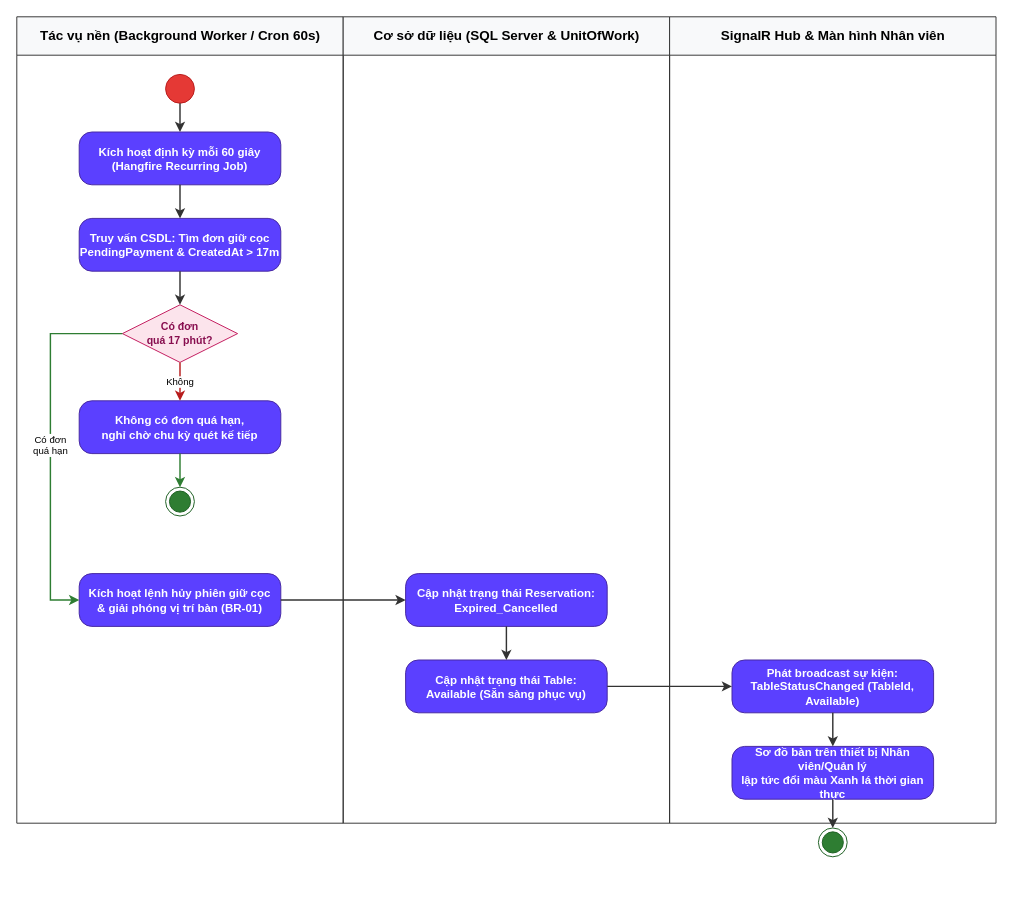
Above: docs/phase1/drawio/ad10_auto_release_timeout.drawio in AndrewQng/VinDining (draw.io), before the change. Source tidied: cells renumbered, new cells numbered last; positions are measured from the earlier drawing's top-left corner, leaving out a move shared by most shapes. Both pictures are drawn from the tidied source at 96%, with x=0, y=0 at pixel (16, 16).
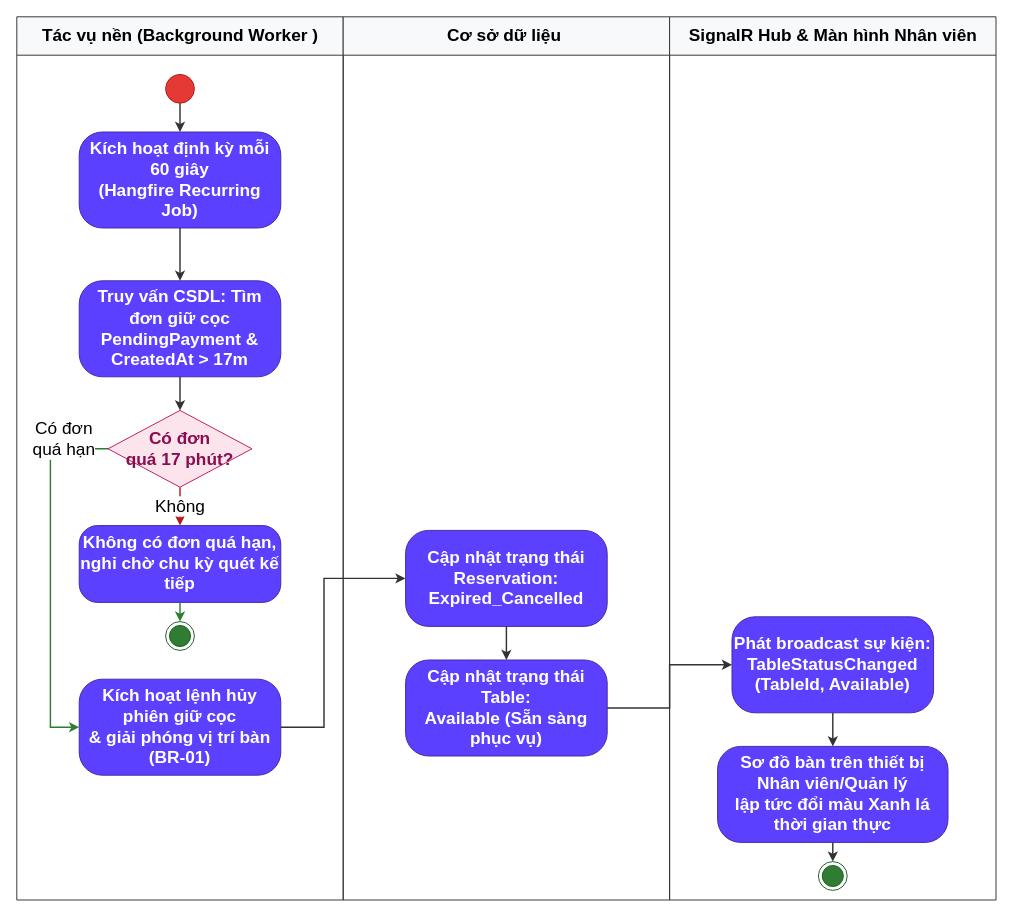
After the change.

The edit, as a diff of the source:
```diff
@@
-    <mxCell id="2" value="Tác vụ nền (Background Worker / Cron 60s)" style="swimlane;html=1;startSize=40;horizontal=1;fontStyle=1;fontSize=14;align=center;verticalAlign=middle;fillColor=#f8f9fa;strokeColor=#333333;swimlaneLine=1;" parent="1" vertex="1">
-      <mxGeometry width="340" height="840" as="geometry" />
+    <mxCell id="2" value="Tác vụ nền (Background Worker )" style="swimlane;html=1;startSize=40;horizontal=1;fontStyle=1;fontSize=18;align=center;verticalAlign=middle;fillColor=#f8f9fa;strokeColor=#333333;swimlaneLine=1;" parent="1" vertex="1">
+      <mxGeometry width="340" height="920" as="geometry" />
     </mxCell>
-    <mxCell id="3" style="ellipse;whiteSpace=wrap;html=1;fillColor=#e53935;strokeColor=#b71c1c;" parent="2" vertex="1">
+    <mxCell id="3" style="ellipse;whiteSpace=wrap;html=1;fillColor=#e53935;strokeColor=#b71c1c;fontSize=18;" parent="2" vertex="1">
       <mxGeometry x="155" y="60" width="30" height="30" as="geometry" />
     </mxCell>
-    <mxCell id="4" value="Kích hoạt định kỳ mỗi 60 giây&#10;(Hangfire Recurring Job)" style="rounded=1;arcSize=24;whiteSpace=wrap;html=1;fillColor=#5b40ff;strokeColor=#4527a0;fontColor=#ffffff;fontStyle=1;fontSize=12;align=center;verticalAlign=middle;" parent="2" vertex="1">
-      <mxGeometry x="65" y="120" width="210" height="55" as="geometry" />
+    <mxCell id="4" value="Kích hoạt định kỳ mỗi 60 giây&#10;(Hangfire Recurring Job)" style="rounded=1;arcSize=24;whiteSpace=wrap;html=1;fillColor=#5b40ff;strokeColor=#4527a0;fontColor=#ffffff;fontStyle=1;fontSize=18;align=center;verticalAlign=middle;" parent="2" vertex="1">
+      <mxGeometry x="65" y="120" width="210" height="100" as="geometry" />
     </mxCell>
-    <mxCell id="5" value="Truy vấn CSDL: Tìm đơn giữ cọc&#10;PendingPayment &amp; CreatedAt &gt; 17m" style="rounded=1;arcSize=24;whiteSpace=wrap;html=1;fillColor=#5b40ff;strokeColor=#4527a0;fontColor=#ffffff;fontStyle=1;fontSize=12;align=center;verticalAlign=middle;" parent="2" vertex="1">
-      <mxGeometry x="65" y="210" width="210" height="55" as="geometry" />
+    <mxCell id="5" value="Truy vấn CSDL: Tìm đơn giữ cọc&#10;PendingPayment &amp;amp; CreatedAt &amp;gt; 17m" style="rounded=1;arcSize=24;whiteSpace=wrap;html=1;fillColor=#5b40ff;strokeColor=#4527a0;fontColor=#ffffff;fontStyle=1;fontSize=18;align=center;verticalAlign=middle;" parent="2" vertex="1">
+      <mxGeometry x="65" y="275" width="210" height="100" as="geometry" />
     </mxCell>
-    <mxCell id="6" value="Có đơn&#10;quá 17 phút?" style="rhombus;whiteSpace=wrap;html=1;fillColor=#fce4ec;strokeColor=#c2185b;fontColor=#880e4f;fontStyle=1;fontSize=11;align=center;verticalAlign=middle;" parent="2" vertex="1">
-      <mxGeometry x="110" y="300" width="120" height="60" as="geometry" />
+    <mxCell id="6" value="Có đơn&#10;quá 17 phút?" style="rhombus;whiteSpace=wrap;html=1;fillColor=#fce4ec;strokeColor=#c2185b;fontColor=#880e4f;fontStyle=1;fontSize=18;align=center;verticalAlign=middle;" parent="2" vertex="1">
+      <mxGeometry x="95" y="410" width="150" height="80" as="geometry" />
     </mxCell>
-    <mxCell id="7" value="Không có đơn quá hạn,&#10;nghỉ chờ chu kỳ quét kế tiếp" style="rounded=1;arcSize=24;whiteSpace=wrap;html=1;fillColor=#5b40ff;strokeColor=#4527a0;fontColor=#ffffff;fontStyle=1;fontSize=12;align=center;verticalAlign=middle;" parent="2" vertex="1">
-      <mxGeometry x="65" y="400" width="210" height="55" as="geometry" />
+    <mxCell id="7" value="Không có đơn quá hạn,&#10;nghỉ chờ chu kỳ quét kế tiếp" style="rounded=1;arcSize=24;whiteSpace=wrap;html=1;fillColor=#5b40ff;strokeColor=#4527a0;fontColor=#ffffff;fontStyle=1;fontSize=18;align=center;verticalAlign=middle;" parent="2" vertex="1">
+      <mxGeometry x="65" y="530" width="210" height="80" as="geometry" />
     </mxCell>
-    <mxCell id="8" style="ellipse;html=1;shape=endState;fillColor=#2e7d32;strokeColor=#1b5e20;" parent="2" vertex="1">
-      <mxGeometry x="155" y="490" width="30" height="30" as="geometry" />
+    <mxCell id="8" style="ellipse;html=1;shape=endState;fillColor=#2e7d32;strokeColor=#1b5e20;fontSize=18;" parent="2" vertex="1">
+      <mxGeometry x="155" y="630" width="30" height="30" as="geometry" />
     </mxCell>
-    <mxCell id="9" value="Kích hoạt lệnh hủy phiên giữ cọc&#10;&amp; giải phóng vị trí bàn (BR-01)" style="rounded=1;arcSize=24;whiteSpace=wrap;html=1;fillColor=#5b40ff;strokeColor=#4527a0;fontColor=#ffffff;fontStyle=1;fontSize=12;align=center;verticalAlign=middle;" parent="2" vertex="1">
-      <mxGeometry x="65" y="580" width="210" height="55" as="geometry" />
+    <mxCell id="9" value="Kích hoạt lệnh hủy phiên giữ cọc&#10;&amp;amp; giải phóng vị trí bàn (BR-01)" style="rounded=1;arcSize=24;whiteSpace=wrap;html=1;fillColor=#5b40ff;strokeColor=#4527a0;fontColor=#ffffff;fontStyle=1;fontSize=18;align=center;verticalAlign=middle;" parent="2" vertex="1">
+      <mxGeometry x="65" y="690" width="210" height="100" as="geometry" />
     </mxCell>
-    <mxCell id="10" value="Cơ sở dữ liệu (SQL Server &amp; UnitOfWork)" style="swimlane;html=1;startSize=40;horizontal=1;fontStyle=1;fontSize=14;align=center;verticalAlign=middle;fillColor=#f8f9fa;strokeColor=#333333;swimlaneLine=1;" parent="1" vertex="1">
-      <mxGeometry x="340" width="340" height="840" as="geometry" />
+    <mxCell id="10" value="Cơ sở dữ liệu&amp;nbsp;" style="swimlane;html=1;startSize=40;horizontal=1;fontStyle=1;fontSize=18;align=center;verticalAlign=middle;fillColor=#f8f9fa;strokeColor=#333333;swimlaneLine=1;" parent="1" vertex="1">
+      <mxGeometry x="340" width="340" height="920" as="geometry" />
     </mxCell>
-    <mxCell id="11" value="Cập nhật trạng thái Reservation:&#10;Expired_Cancelled" style="rounded=1;arcSize=24;whiteSpace=wrap;html=1;fillColor=#5b40ff;strokeColor=#4527a0;fontColor=#ffffff;fontStyle=1;fontSize=12;align=center;verticalAlign=middle;" parent="10" vertex="1">
-      <mxGeometry x="65" y="580" width="210" height="55" as="geometry" />
+    <mxCell id="11" value="Cập nhật trạng thái Reservation:&#10;Expired_Cancelled" style="rounded=1;arcSize=24;whiteSpace=wrap;html=1;fillColor=#5b40ff;strokeColor=#4527a0;fontColor=#ffffff;fontStyle=1;fontSize=18;align=center;verticalAlign=middle;" parent="10" vertex="1">
+      <mxGeometry x="65" y="535" width="210" height="100" as="geometry" />
     </mxCell>
-    <mxCell id="12" value="Cập nhật trạng thái Table:&#10;Available (Sẵn sàng phục vụ)" style="rounded=1;arcSize=24;whiteSpace=wrap;html=1;fillColor=#5b40ff;strokeColor=#4527a0;fontColor=#ffffff;fontStyle=1;fontSize=12;align=center;verticalAlign=middle;" parent="10" vertex="1">
-      <mxGeometry x="65" y="670" width="210" height="55" as="geometry" />
+    <mxCell id="12" value="Cập nhật trạng thái Table:&#10;Available (Sẵn sàng phục vụ)" style="rounded=1;arcSize=24;whiteSpace=wrap;html=1;fillColor=#5b40ff;strokeColor=#4527a0;fontColor=#ffffff;fontStyle=1;fontSize=18;align=center;verticalAlign=middle;" parent="10" vertex="1">
+      <mxGeometry x="65" y="670" width="210" height="100" as="geometry" />
     </mxCell>
-    <mxCell id="13" value="SignalR Hub &amp; Màn hình Nhân viên" style="swimlane;html=1;startSize=40;horizontal=1;fontStyle=1;fontSize=14;align=center;verticalAlign=middle;fillColor=#f8f9fa;strokeColor=#333333;swimlaneLine=1;" parent="1" vertex="1">
-      <mxGeometry x="680" width="340" height="840" as="geometry" />
+    <mxCell id="13" value="SignalR Hub &amp;amp; Màn hình Nhân viên" style="swimlane;html=1;startSize=40;horizontal=1;fontStyle=1;fontSize=18;align=center;verticalAlign=middle;fillColor=#f8f9fa;strokeColor=#333333;swimlaneLine=1;" parent="1" vertex="1">
+      <mxGeometry x="680" width="340" height="920" as="geometry" />
     </mxCell>
-    <mxCell id="14" value="Phát broadcast sự kiện:&#10;TableStatusChanged (TableId, Available)" style="rounded=1;arcSize=24;whiteSpace=wrap;html=1;fillColor=#5b40ff;strokeColor=#4527a0;fontColor=#ffffff;fontStyle=1;fontSize=12;align=center;verticalAlign=middle;" parent="13" vertex="1">
-      <mxGeometry x="65" y="670" width="210" height="55" as="geometry" />
+    <mxCell id="14" value="Phát broadcast sự kiện:&#10;TableStatusChanged (TableId, Available)" style="rounded=1;arcSize=24;whiteSpace=wrap;html=1;fillColor=#5b40ff;strokeColor=#4527a0;fontColor=#ffffff;fontStyle=1;fontSize=18;align=center;verticalAlign=middle;" parent="13" vertex="1">
+      <mxGeometry x="65" y="625" width="210" height="100" as="geometry" />
     </mxCell>
-    <mxCell id="15" value="Sơ đồ bàn trên thiết bị Nhân viên/Quản lý&#10;lập tức đổi màu Xanh lá thời gian thực" style="rounded=1;arcSize=24;whiteSpace=wrap;html=1;fillColor=#5b40ff;strokeColor=#4527a0;fontColor=#ffffff;fontStyle=1;fontSize=12;align=center;verticalAlign=middle;" parent="13" vertex="1">
-      <mxGeometry x="65" y="760" width="210" height="55" as="geometry" />
+    <mxCell id="15" value="Sơ đồ bàn trên thiết bị Nhân viên/Quản lý&#10;lập tức đổi màu Xanh lá thời gian thực" style="rounded=1;arcSize=24;whiteSpace=wrap;html=1;fillColor=#5b40ff;strokeColor=#4527a0;fontColor=#ffffff;fontStyle=1;fontSize=18;align=center;verticalAlign=middle;" parent="13" vertex="1">
+      <mxGeometry x="50" y="760" width="240" height="100" as="geometry" />
     </mxCell>
-    <mxCell id="16" style="ellipse;html=1;shape=endState;fillColor=#2e7d32;strokeColor=#1b5e20;" parent="13" vertex="1">
-      <mxGeometry x="155" y="845" width="30" height="30" as="geometry" />
-    </mxCell>
-    <mxCell id="17" style="edgeStyle=orthogonalEdgeStyle;rounded=0;strokeColor=#333333;strokeWidth=1.5;html=1;" parent="1" edge="1" source="3" target="4">
+    <mxCell id="17" style="edgeStyle=orthogonalEdgeStyle;rounded=0;strokeColor=#333333;strokeWidth=1.5;html=1;fontSize=18;" parent="1" edge="1" source="3" target="4">
       <mxGeometry relative="1" as="geometry" />
     </mxCell>
-    <mxCell id="18" style="edgeStyle=orthogonalEdgeStyle;rounded=0;strokeColor=#333333;strokeWidth=1.5;html=1;" parent="1" edge="1" source="4" target="5">
+    <mxCell id="18" style="edgeStyle=orthogonalEdgeStyle;rounded=0;strokeColor=#333333;strokeWidth=1.5;html=1;fontSize=18;" parent="1" edge="1" source="4" target="5">
       <mxGeometry relative="1" as="geometry" />
     </mxCell>
-    <mxCell id="19" style="edgeStyle=orthogonalEdgeStyle;rounded=0;strokeColor=#333333;strokeWidth=1.5;html=1;" parent="1" edge="1" source="5" target="6">
+    <mxCell id="19" style="edgeStyle=orthogonalEdgeStyle;rounded=0;strokeColor=#333333;strokeWidth=1.5;html=1;fontSize=18;" parent="1" edge="1" source="5" target="6">
       <mxGeometry relative="1" as="geometry" />
     </mxCell>
-    <mxCell id="20" value="Không" style="edgeStyle=orthogonalEdgeStyle;rounded=0;strokeColor=#b71c1c;strokeWidth=1.5;html=1;fontSize=10;labelBackgroundColor=#ffffff;" parent="1" edge="1" source="6" target="7">
+    <mxCell id="20" value="Không" style="edgeStyle=orthogonalEdgeStyle;rounded=0;strokeColor=#b71c1c;strokeWidth=1.5;html=1;fontSize=18;labelBackgroundColor=#ffffff;" parent="1" edge="1" source="6" target="7">
       <mxGeometry relative="1" as="geometry" />
     </mxCell>
-    <mxCell id="21" style="edgeStyle=orthogonalEdgeStyle;rounded=0;strokeColor=#2e7d32;strokeWidth=1.5;html=1;" parent="1" edge="1" source="7" target="8">
+    <mxCell id="21" style="edgeStyle=orthogonalEdgeStyle;rounded=0;strokeColor=#2e7d32;strokeWidth=1.5;html=1;fontSize=18;" parent="1" edge="1" source="7" target="8">
       <mxGeometry relative="1" as="geometry" />
     </mxCell>
-    <mxCell id="22" value="Có đơn&#10;quá hạn" style="edgeStyle=orthogonalEdgeStyle;rounded=0;strokeColor=#2e7d32;strokeWidth=1.5;html=1;fontSize=10;labelBackgroundColor=#ffffff;exitX=0;exitY=0.5;entryX=0;entryY=0.5;" parent="1" edge="1" source="6" target="9">
-      <mxGeometry relative="1" as="geometry">
+    <mxCell id="22" value="Có đơn&#10;quá hạn" style="edgeStyle=orthogonalEdgeStyle;rounded=0;strokeColor=#2e7d32;strokeWidth=1.5;html=1;fontSize=18;labelBackgroundColor=#ffffff;exitX=0;exitY=0.5;entryX=0;entryY=0.5;" parent="1" edge="1" source="6" target="9">
+      <mxGeometry x="-0.76" y="-10" relative="1" as="geometry">
         <Array as="points">
-          <mxPoint x="35" y="330" />
-          <mxPoint x="35" y="607.5" />
+          <mxPoint x="35" y="450" />
+          <mxPoint x="35" y="740" />
         </Array>
       </mxGeometry>
     </mxCell>
-    <mxCell id="23" style="edgeStyle=orthogonalEdgeStyle;rounded=0;strokeColor=#333333;strokeWidth=1.5;html=1;exitX=1;exitY=0.5;entryX=0;entryY=0.5;" parent="1" edge="1" source="9" target="11">
-      <mxGeometry relative="1" as="geometry" />
+    <mxCell id="23" style="edgeStyle=orthogonalEdgeStyle;rounded=0;strokeColor=#333333;strokeWidth=1.5;html=1;exitX=1;exitY=0.5;entryX=0;entryY=0.5;fontSize=18;" parent="1" edge="1" source="9" target="11">
+      <mxGeometry relative="1" as="geometry">
+        <Array as="points">
+          <mxPoint x="320" y="740" />
+          <mxPoint x="320" y="585" />
+        </Array>
+      </mxGeometry>
     </mxCell>
-    <mxCell id="24" style="edgeStyle=orthogonalEdgeStyle;rounded=0;strokeColor=#333333;strokeWidth=1.5;html=1;exitX=0.5;exitY=1;entryX=0.5;entryY=0;" parent="1" edge="1" source="11" target="12">
+    <mxCell id="24" style="edgeStyle=orthogonalEdgeStyle;rounded=0;strokeColor=#333333;strokeWidth=1.5;html=1;exitX=0.5;exitY=1;entryX=0.5;entryY=0;fontSize=18;" parent="1" edge="1" source="11" target="12">
       <mxGeometry relative="1" as="geometry" />
     </mxCell>
-    <mxCell id="25" style="edgeStyle=orthogonalEdgeStyle;rounded=0;strokeColor=#333333;strokeWidth=1.5;html=1;exitX=1;exitY=0.5;entryX=0;entryY=0.5;" parent="1" edge="1" source="12" target="14">
+    <mxCell id="25" style="edgeStyle=orthogonalEdgeStyle;rounded=0;strokeColor=#333333;strokeWidth=1.5;html=1;exitX=1;exitY=0.5;entryX=0;entryY=0.5;fontSize=18;" parent="1" edge="1" source="12" target="14">
       <mxGeometry relative="1" as="geometry" />
     </mxCell>
-    <mxCell id="26" style="edgeStyle=orthogonalEdgeStyle;rounded=0;strokeColor=#333333;strokeWidth=1.5;html=1;exitX=0.5;exitY=1;entryX=0.5;entryY=0;" parent="1" edge="1" source="14" target="15">
+    <mxCell id="26" style="edgeStyle=orthogonalEdgeStyle;rounded=0;strokeColor=#333333;strokeWidth=1.5;html=1;exitX=0.5;exitY=1;entryX=0.5;entryY=0;fontSize=18;" parent="1" edge="1" source="14" target="15">
       <mxGeometry relative="1" as="geometry" />
     </mxCell>
-    <mxCell id="27" style="edgeStyle=orthogonalEdgeStyle;rounded=0;strokeColor=#333333;strokeWidth=1.5;html=1;exitX=0.5;exitY=1;entryX=0.5;entryY=0;" parent="1" edge="1" source="15" target="16">
+    <mxCell id="27" style="edgeStyle=orthogonalEdgeStyle;rounded=0;strokeColor=#333333;strokeWidth=1.5;html=1;exitX=0.5;exitY=1;entryX=0.5;entryY=0;fontSize=18;" parent="1" edge="1" source="15" target="16">
       <mxGeometry relative="1" as="geometry" />
     </mxCell>
+    <mxCell id="16" style="ellipse;html=1;shape=endState;fillColor=#2e7d32;strokeColor=#1b5e20;fontSize=18;" parent="1" vertex="1">
+      <mxGeometry x="835" y="880" width="30" height="30" as="geometry" />
+    </mxCell>
```
